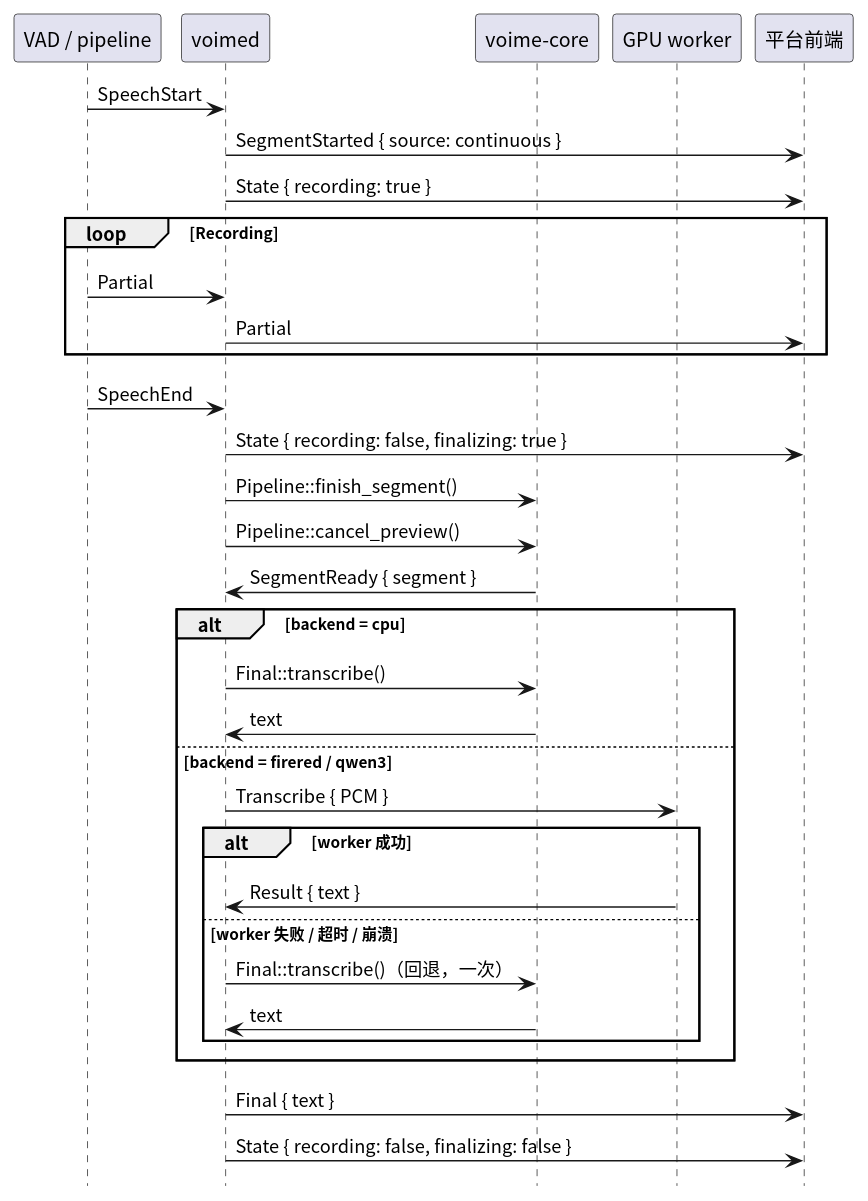
The PlantUML diagram crates/voimed/diagram/continuous-flow.svg in 54m43lJ/voime, before a commit.
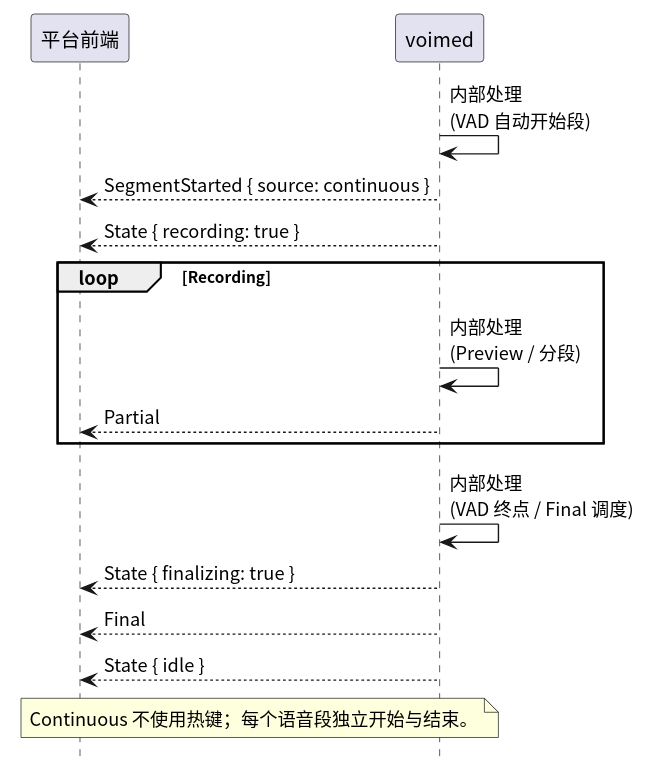
After the change.

Diff of the diagram source:
```diff
@@ -3,40 +3,24 @@
 skinparam shadowing false
 hide footbox
 
-participant "VAD / pipeline" as Vad
-participant "voimed" as Daemon
-participant "voime-core" as Core
-participant "GPU worker" as Worker
 participant "平台前端" as Frontend
+participant "voimed" as Voimed
 
-Vad -> Daemon : SpeechStart
-Daemon -> Frontend : SegmentStarted { source: continuous }
-Daemon -> Frontend : State { recording: true }
+Voimed -> Voimed : 内部处理\n(VAD 自动开始段)
+Voimed --> Frontend : SegmentStarted { source: continuous }
+Voimed --> Frontend : State { recording: true }
 
 loop Recording
-  Vad -> Daemon : Partial
-  Daemon -> Frontend : Partial
+  Voimed -> Voimed : 内部处理\n(Preview / 分段)
+  Voimed --> Frontend : Partial
 end
 
-Vad -> Daemon : SpeechEnd
-Daemon -> Frontend : State { recording: false, finalizing: true }
-Daemon -> Core : Pipeline::finish_segment()
-Daemon -> Core : Pipeline::cancel_preview()
-Core -> Daemon : SegmentReady { segment }
+Voimed -> Voimed : 内部处理\n(VAD 终点 / Final 调度)
+Voimed --> Frontend : State { finalizing: true }
+Voimed --> Frontend : Final
+Voimed --> Frontend : State { idle }
 
-alt backend = cpu
-  Daemon -> Core : Final::transcribe()
-  Core -> Daemon : text
-else backend = firered / qwen3
-  Daemon -> Worker : Transcribe { PCM }
-  alt worker 成功
-    Worker -> Daemon : Result { text }
-  else worker 失败 / 超时 / 崩溃
-    Daemon -> Core : Final::transcribe()（回退，一次）
-    Core -> Daemon : text
-  end
-end
-
-Daemon -> Frontend : Final { text }
-Daemon -> Frontend : State { recording: false, finalizing: false }
+note over Frontend, Voimed
+  Continuous 不使用热键；每个语音段独立开始与结束。
+end note
 @enduml
```
